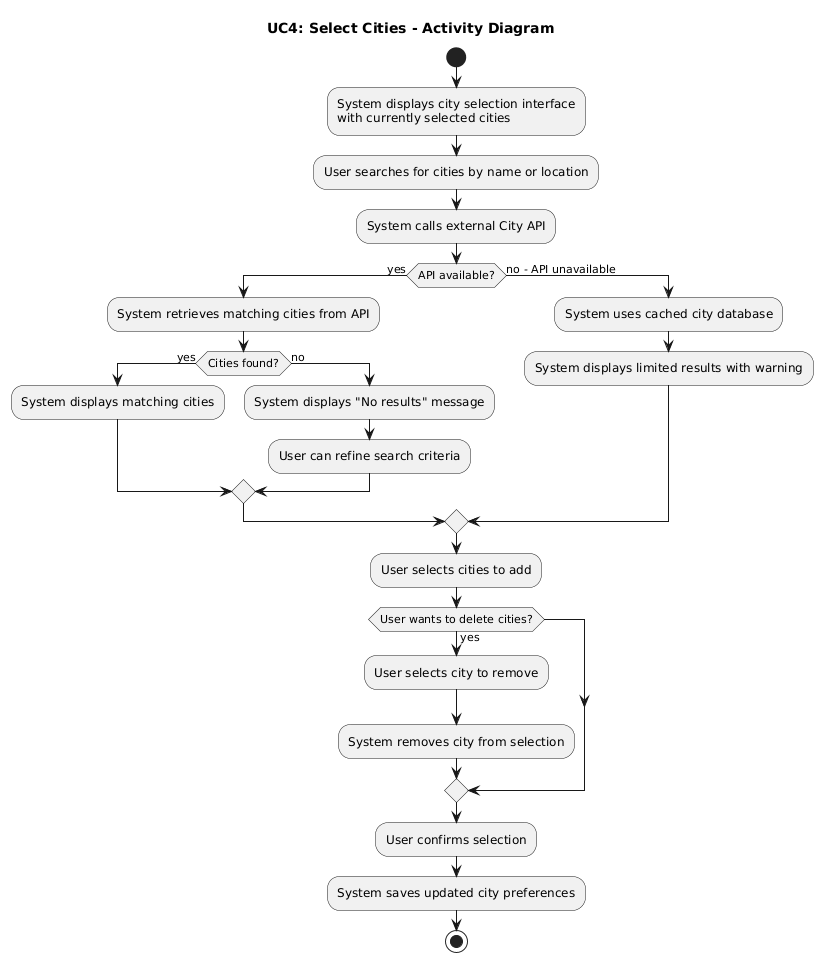
Before: requirements/activity_diagrams/UC4_Select_Cities.png, a diagram exported from PlantUML (ManosMorf97/Weather-Forecasts-AI-Remastered).
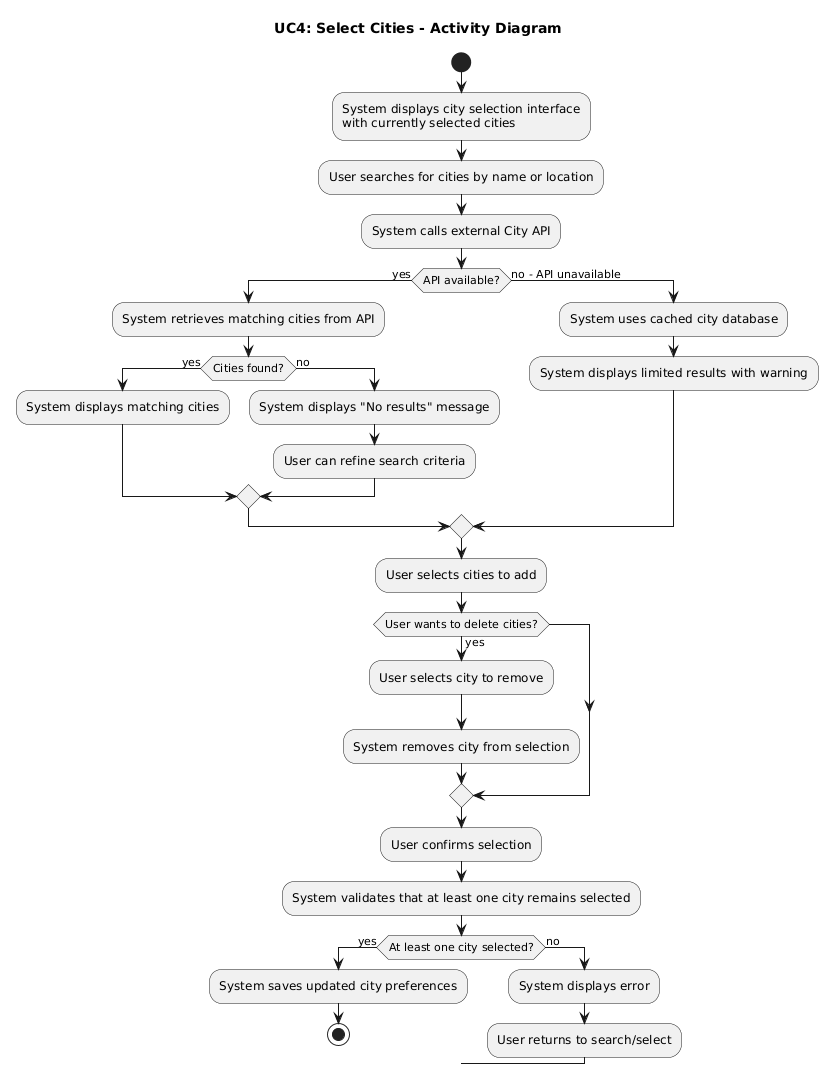
The same diagram one commit later.

Diff of the diagram source:
```diff
@@ -28,6 +28,13 @@
 endif
 
 :User confirms selection;
-:System saves updated city preferences;
-stop
+:System validates that at least one city remains selected;
+
+if (At least one city selected?) then (yes)
+  :System saves updated city preferences;
+  stop
+else (no)
+  :System displays error;
+  :User returns to search/select;
+endif
 @enduml
```
